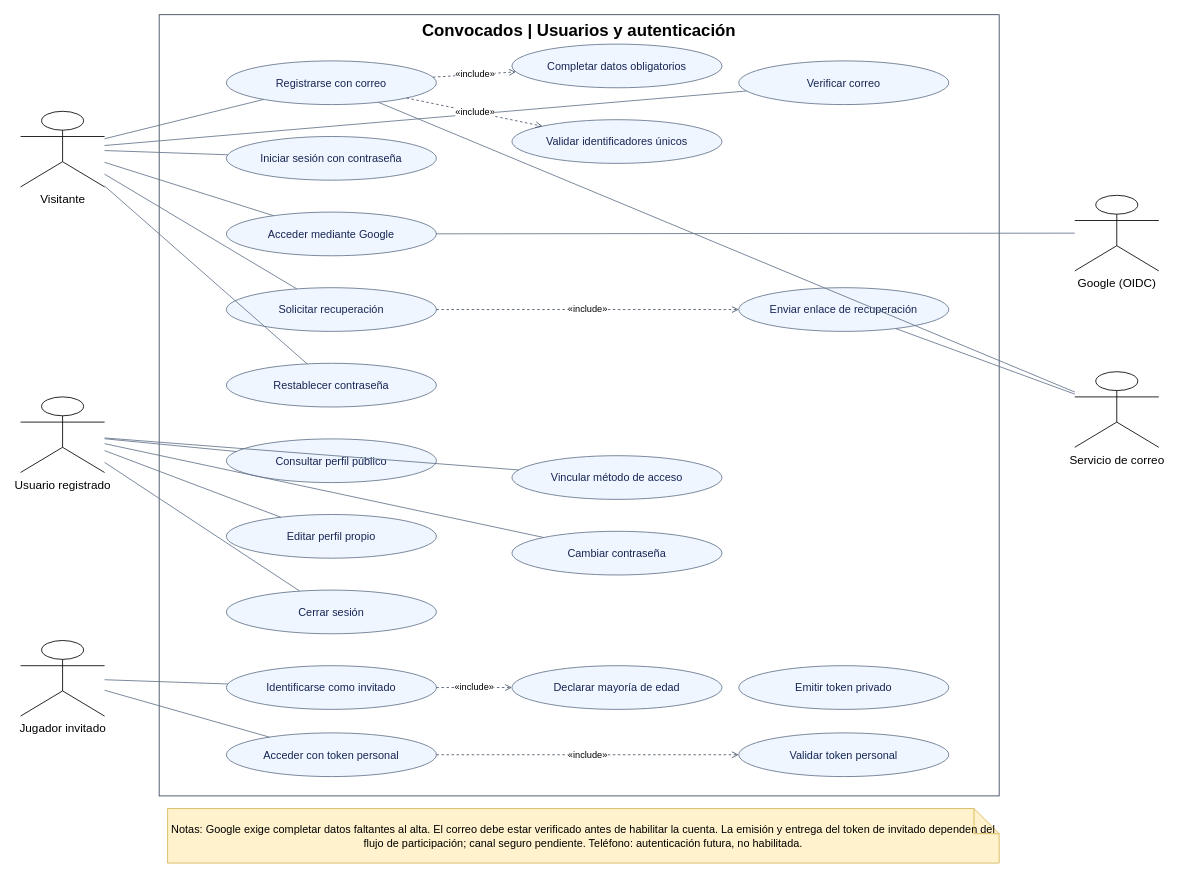
This is docs/02-diseno-funcional/casos-de-uso-usuarios.drawio from alejovidela13/convocados, a draw.io file, before an edit. Source tidied: cells renumbered, new cells numbered last; positions are measured from the earlier drawing's top-left corner, leaving out a move shared by most shapes. Both pictures are drawn from the tidied source at 84%, with x=0, y=0 at pixel (20, 14).
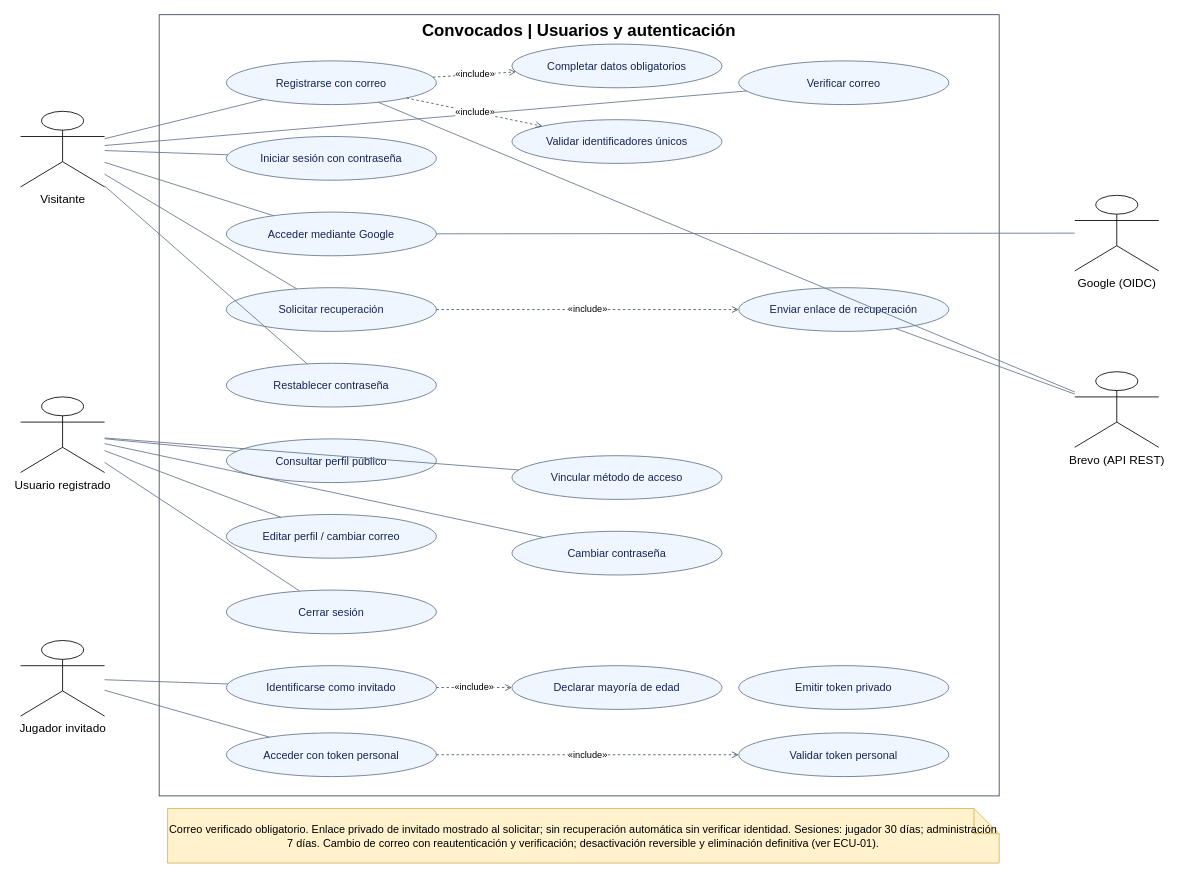
The same diagram, later.

The edit, as a diff of the source:
```diff
@@
-    <mxCell id="7" value="Servicio de correo" style="shape=umlActor;verticalLabelPosition=bottom;verticalAlign=top;html=1;fontSize=14;" parent="1" vertex="1">
+    <mxCell id="7" value="Brevo (API REST)" style="shape=umlActor;verticalLabelPosition=bottom;verticalAlign=top;html=1;fontSize=14;" parent="1" vertex="1">
       <mxGeometry x="1255" y="425" width="100" height="90" as="geometry" />
     </mxCell>
@@
-    <mxCell id="14" value="Editar perfil propio" style="ellipse;whiteSpace=wrap;html=1;fillColor=#eff6ff;strokeColor=#64748b;fontColor=#172554;fontSize=13;" parent="1" vertex="1">
+    <mxCell id="14" value="Editar perfil / cambiar correo" style="ellipse;whiteSpace=wrap;html=1;fillColor=#eff6ff;strokeColor=#64748b;fontColor=#172554;fontSize=13;" parent="1" vertex="1">
       <mxGeometry x="245" y="595" width="250" height="52" as="geometry" />
     </mxCell>
@@
-    <mxCell id="48" value="Notas: Google exige completar datos faltantes al alta. El correo debe estar verificado antes de habilitar la cuenta. La emisión y entrega del token de invitado dependen del flujo de participación; canal seguro pendiente. Teléfono: autenticación futura, no habilitada." style="shape=note;whiteSpace=wrap;html=1;fillColor=#fff2cc;strokeColor=#d6b656;fontSize=13;" parent="1" vertex="1">
+    <mxCell id="48" value="Correo verificado obligatorio. Enlace privado de invitado mostrado al solicitar; sin recuperación automática sin verificar identidad. Sesiones: jugador 30 días; administración 7 días. Cambio de correo con reautenticación y verificación; desactivación reversible y eliminación definitiva (ver ECU-01)." style="shape=note;whiteSpace=wrap;html=1;fillColor=#fff2cc;strokeColor=#d6b656;fontSize=13;" parent="1" vertex="1">
       <mxGeometry x="175" y="945" width="990" height="65" as="geometry" />
     </mxCell>
```
